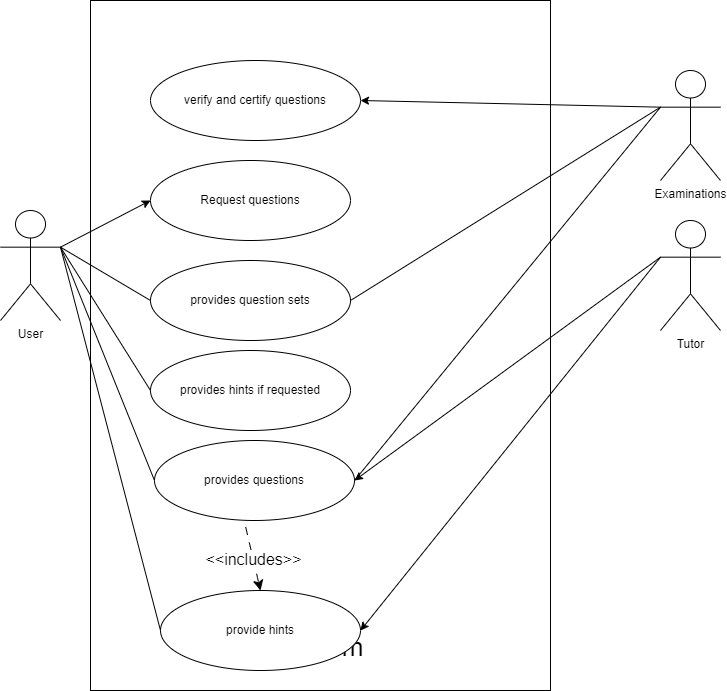
The draw.io diagram Quiz System.drawio.png in prasai-ap/system-modeling, before a commit. Source tidied: cells renumbered, new cells last; positions are measured from the earlier drawing's top-left corner, leaving out a move shared by most shapes.
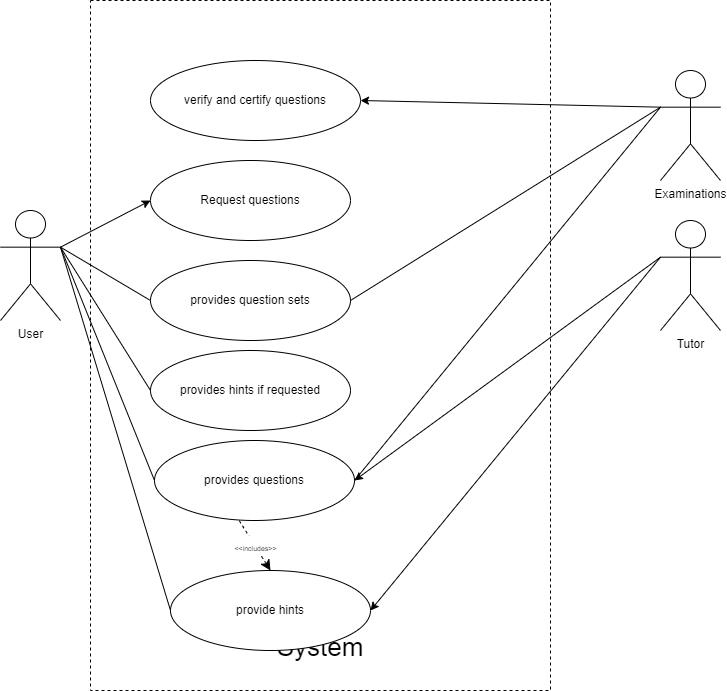
After the change.

The edit, as a diff of the source:
```diff
@@ -2,7 +2,7 @@
   <root>
     <mxCell id="0" />
     <mxCell id="1" parent="0" />
-    <mxCell id="2" value="&lt;br&gt;&lt;br&gt;&lt;br&gt;&lt;br&gt;&lt;br&gt;&lt;br&gt;&lt;br&gt;&lt;br&gt;&lt;br&gt;&lt;br&gt;&lt;br&gt;&lt;br&gt;&lt;br&gt;&lt;br&gt;&lt;br&gt;&lt;br&gt;&lt;br&gt;&lt;br&gt;&lt;br&gt;&lt;br&gt;&lt;br&gt;&lt;br&gt;&lt;br&gt;&lt;br&gt;&lt;br&gt;&lt;br&gt;&lt;br&gt;&lt;br&gt;&lt;br&gt;&lt;br&gt;&lt;br&gt;&lt;br&gt;&lt;br&gt;&lt;br&gt;&lt;br&gt;&lt;br&gt;&lt;br&gt;&lt;br&gt;&lt;br&gt;&lt;br&gt;&lt;br&gt;&lt;br&gt;&lt;font style=&quot;font-size: 26px;&quot;&gt;System&lt;/font&gt;" style="rounded=0;whiteSpace=wrap;html=1;" parent="1" vertex="1">
+    <mxCell id="2" value="&lt;br&gt;&lt;br&gt;&lt;br&gt;&lt;br&gt;&lt;br&gt;&lt;br&gt;&lt;br&gt;&lt;br&gt;&lt;br&gt;&lt;br&gt;&lt;br&gt;&lt;br&gt;&lt;br&gt;&lt;br&gt;&lt;br&gt;&lt;br&gt;&lt;br&gt;&lt;br&gt;&lt;br&gt;&lt;br&gt;&lt;br&gt;&lt;br&gt;&lt;br&gt;&lt;br&gt;&lt;br&gt;&lt;br&gt;&lt;br&gt;&lt;br&gt;&lt;br&gt;&lt;br&gt;&lt;br&gt;&lt;br&gt;&lt;br&gt;&lt;br&gt;&lt;br&gt;&lt;br&gt;&lt;br&gt;&lt;br&gt;&lt;br&gt;&lt;br&gt;&lt;br&gt;&lt;br&gt;&lt;font style=&quot;font-size: 26px;&quot;&gt;System&lt;/font&gt;" style="rounded=0;whiteSpace=wrap;html=1;dashed=1;" parent="1" vertex="1">
       <mxGeometry x="90" width="460" height="690" as="geometry" />
     </mxCell>
     <mxCell id="3" value="Request questions" style="ellipse;whiteSpace=wrap;html=1;" parent="1" vertex="1">
@@ -17,8 +17,8 @@
     <mxCell id="6" value="provides questions" style="ellipse;whiteSpace=wrap;html=1;" parent="1" vertex="1">
       <mxGeometry x="154" y="440" width="200" height="80" as="geometry" />
     </mxCell>
-    <mxCell id="7" value="provide hints" style="ellipse;whiteSpace=wrap;html=1;" parent="1" vertex="1">
-      <mxGeometry x="160" y="590" width="200" height="80" as="geometry" />
+    <mxCell id="7" value="provide hints" style="ellipse;whiteSpace=wrap;html=1;strokeColor=#000000;" parent="1" vertex="1">
+      <mxGeometry x="170" y="570" width="200" height="80" as="geometry" />
     </mxCell>
     <mxCell id="8" value="User" style="shape=umlActor;verticalLabelPosition=bottom;verticalAlign=top;html=1;outlineConnect=0;" parent="1" vertex="1">
       <mxGeometry y="210" width="60" height="110" as="geometry" />
@@ -62,10 +62,10 @@
     <mxCell id="21" style="endArrow=classic;html=1;rounded=0;exitX=0;exitY=0.3333333333333333;exitDx=0;exitDy=0;exitPerimeter=0;entryX=1;entryY=0.5;entryDx=0;entryDy=0;" parent="1" edge="1" source="18" target="17">
       <mxGeometry relative="1" as="geometry" />
     </mxCell>
-    <mxCell id="22" style="endArrow=classic;html=1;rounded=0;fontSize=12;startSize=8;endSize=8;curved=1;exitX=0.456;exitY=1.083;exitDx=0;exitDy=0;exitPerimeter=0;entryX=0.5;entryY=0;entryDx=0;entryDy=0;dashed=1;dashPattern=8 8;strokeWidth=1;" parent="1" edge="1" source="6" target="7">
+    <mxCell id="22" style="endArrow=classic;html=1;rounded=0;fontSize=12;startSize=8;endSize=8;curved=1;exitX=0.424;exitY=1.003;exitDx=0;exitDy=0;exitPerimeter=0;entryX=0.5;entryY=0;entryDx=0;entryDy=0;dashed=1;" parent="1" edge="1" source="6" target="7">
       <mxGeometry relative="1" as="geometry" />
     </mxCell>
-    <mxCell id="23" value="&amp;lt;&amp;lt;includes&amp;gt;&amp;gt;" style="edgeLabel;html=1;align=center;verticalAlign=middle;fontSize=16;" parent="22" vertex="1">
+    <mxCell id="23" value="&lt;font style=&quot;font-size: 7px;&quot;&gt;&amp;lt;&amp;lt;includes&amp;gt;&amp;gt;&lt;/font&gt;" style="edgeLabel;html=1;align=center;verticalAlign=middle;fontSize=16;" parent="22" vertex="1">
       <mxGeometry relative="1" as="geometry" />
     </mxCell>
   </root>
```
